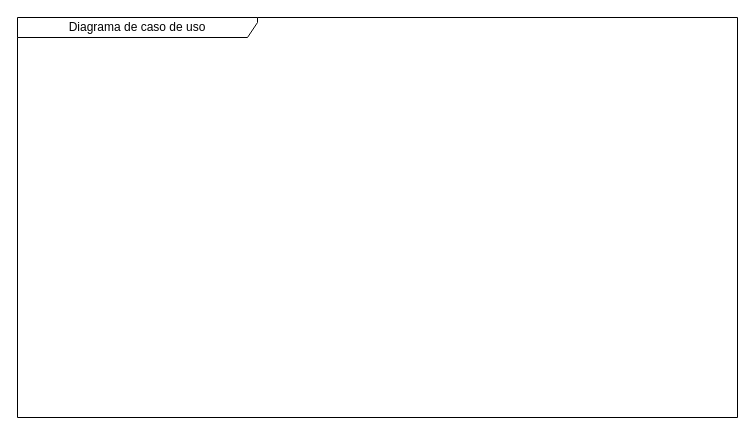
Before: Diagrama de caso de uso PizzaNet.drawio in PaulaSena/DiagramasFaculdade, a draw.io diagram. Source tidied: cells renumbered, new cells numbered last; positions are measured from the earlier drawing's top-left corner, leaving out a move shared by most shapes. Both pictures are drawn from the tidied source at 100%, with x=0, y=0 at pixel (17, 17).
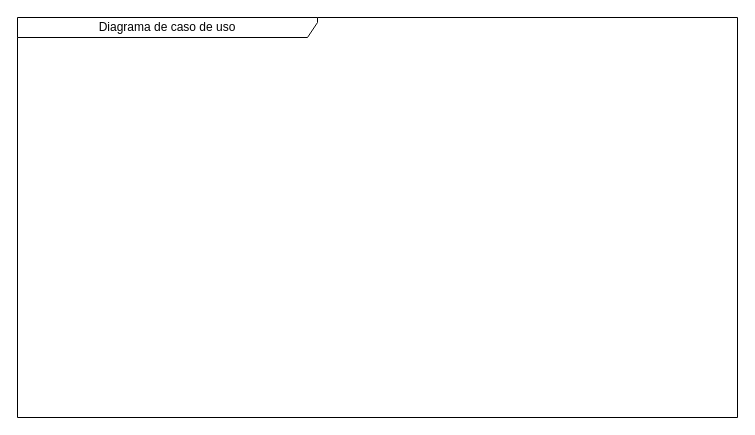
The same diagram, later.

Diff of the diagram source:
```diff
@@
 <mxGraphModel>
   <root>
     <mxCell id="0" />
     <mxCell id="1" parent="0" />
-    <mxCell id="2" value="Diagrama de caso de uso" style="shape=umlFrame;whiteSpace=wrap;html=1;width=240;height=20;" parent="1" vertex="1">
+    <mxCell id="2" value="Diagrama de caso de uso" style="shape=umlFrame;whiteSpace=wrap;html=1;width=300;height=20;" parent="1" vertex="1">
       <mxGeometry width="720" height="400" as="geometry" />
     </mxCell>
   </root>
 </mxGraphModel>
```
